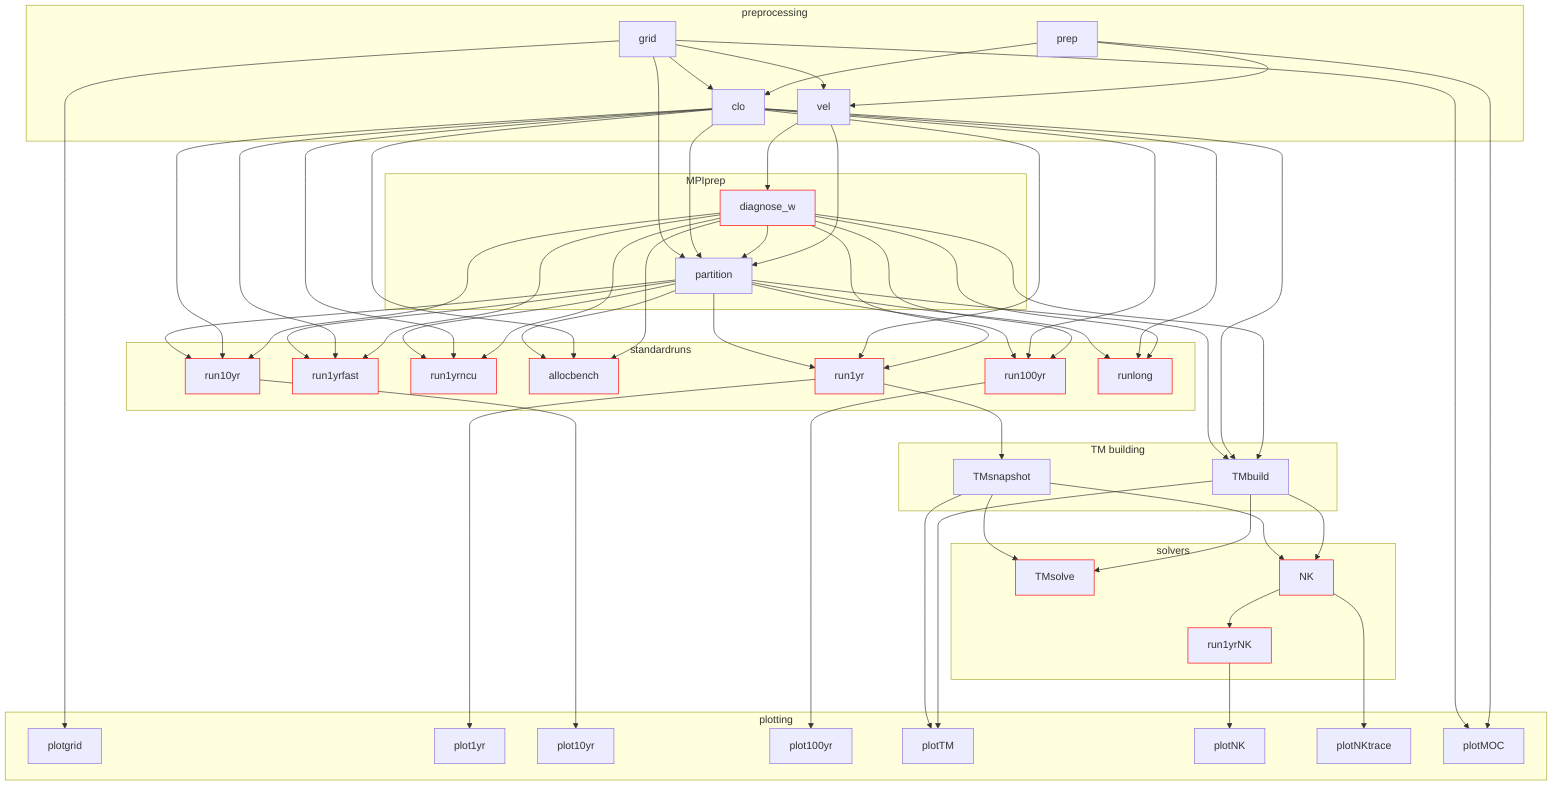
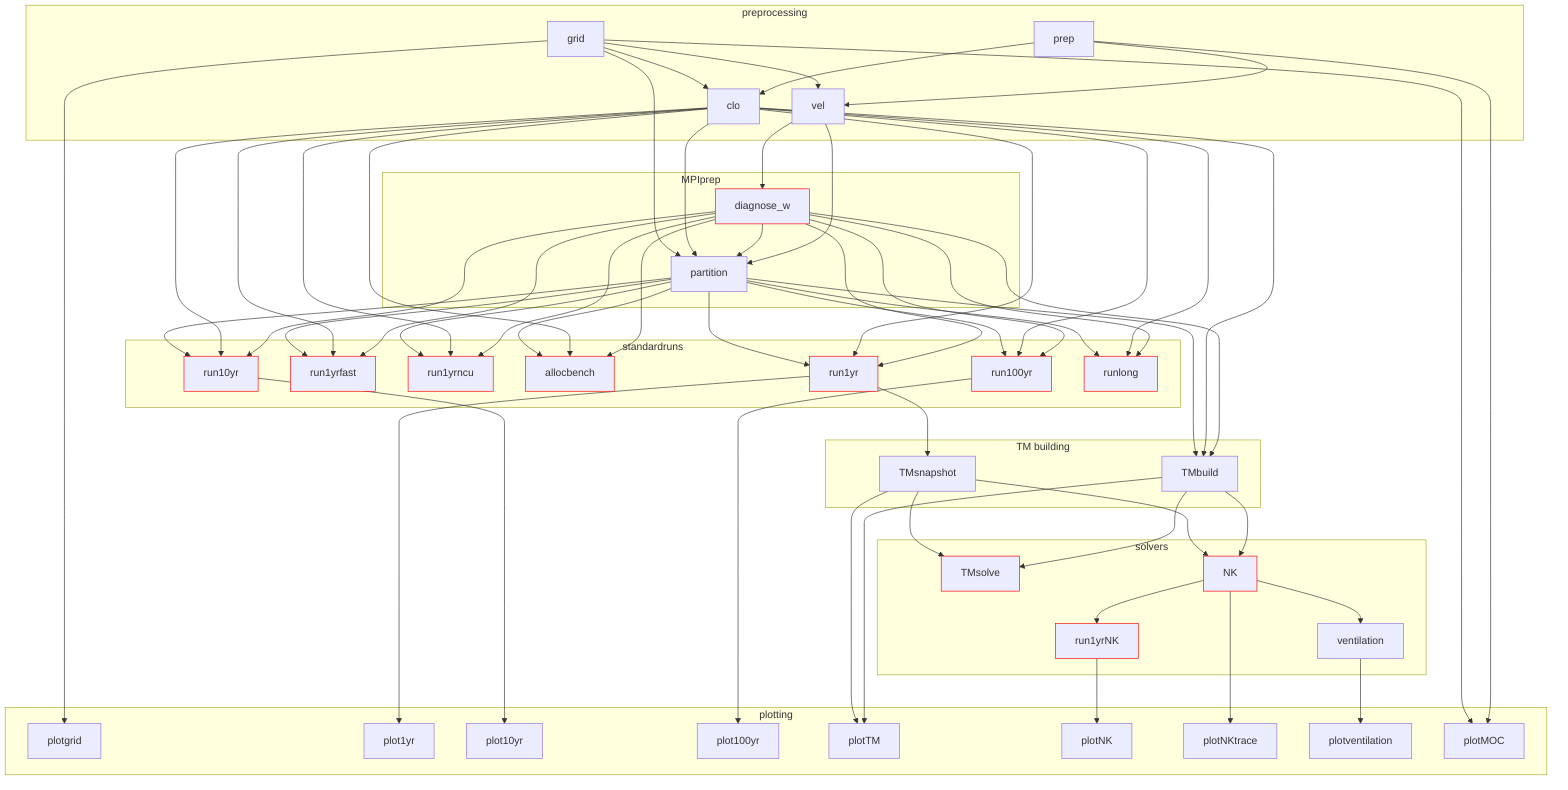
---
config:
  flowchart:
    curve: basis
---
graph TD
    classDef gpu stroke:#f00;
    subgraph preprocessing
        prep & grid & vel & clo
    end
    subgraph MPIprep
        diagnose_w:::gpu & partition
    end
    subgraph standardruns
        run1yr:::gpu & run1yrfast:::gpu & run1yrncu:::gpu & allocbench:::gpu & run10yr:::gpu & run100yr:::gpu & runlong:::gpu
    end
    subgraph TM building
        TMbuild & TMsnapshot
    end
    subgraph solvers
-         TMsolve:::gpu & NK:::gpu & run1yrNK:::gpu
+         TMsolve:::gpu & NK:::gpu & run1yrNK:::gpu & ventilation
    end
    subgraph plotting
-         plotgrid & plot1yr & plot10yr & plot100yr & plotTM & plotNK & plotNKtrace & plotMOC
+         plotgrid & plot1yr & plot10yr & plot100yr & plotTM & plotNK & plotNKtrace & plotventilation & plotMOC
    end
    prep & grid --> vel & clo
    vel --> diagnose_w
    vel & diagnose_w & clo & grid --> partition
    diagnose_w & clo --> run1yr & run1yrfast & run1yrncu & allocbench & run10yr & run100yr & runlong & TMbuild
    partition --> run1yr & run1yrfast & run1yrncu & allocbench & run10yr & run100yr & runlong & TMbuild
    run1yr --> TMsnapshot & plot1yr
    run10yr --> plot10yr
    run100yr --> plot100yr
    TMbuild & TMsnapshot --> TMsolve & NK & plotTM
-     NK --> run1yrNK & plotNKtrace
+     NK --> run1yrNK & plotNKtrace & ventilation
    run1yrNK --> plotNK
+     ventilation --> plotventilation
    grid --> plotgrid
    prep & grid --> plotMOC
